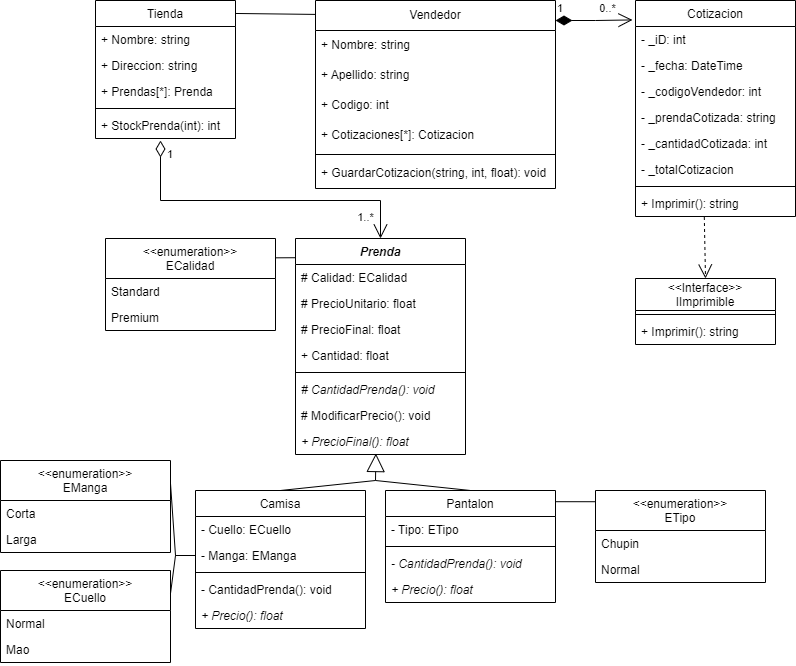
This is (UML) CotizadorExpress.png from DK-milo/CotizadorExpress, a draw.io export, as it was before one commit. Source tidied: cells renumbered, new cells last; positions are measured from the earlier drawing's top-left corner, leaving out a move shared by most shapes.
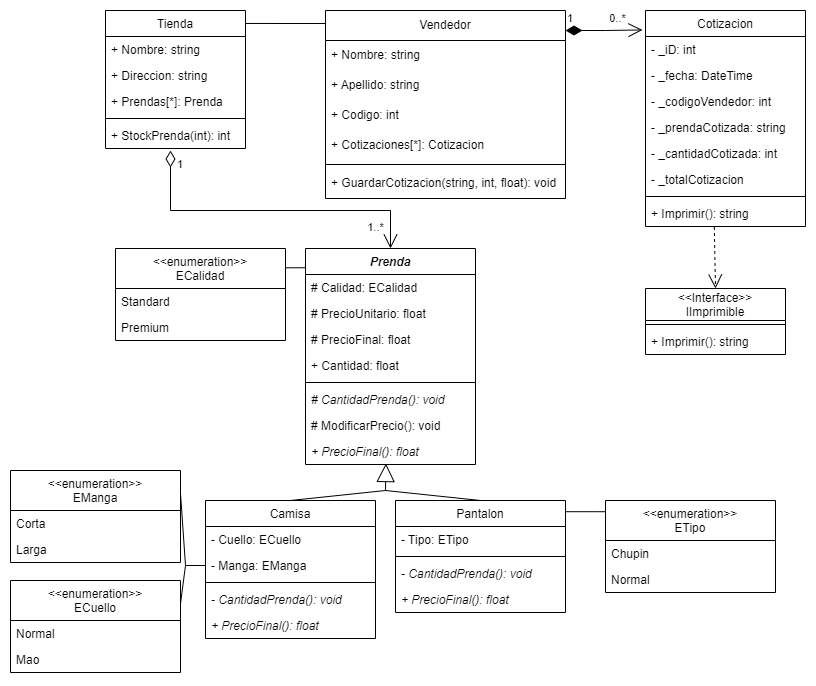
After the commit.

Commit message:
Fixed store/seller relationship in UML diagram

Change to the diagram source:
```diff
@@ -149,10 +149,10 @@
     <mxCell id="44" style="line;strokeWidth=1;fillColor=none;align=left;verticalAlign=middle;spacingTop=-1;spacingLeft=3;spacingRight=3;labelPosition=right;strokeColor=inherit;" parent="41" vertex="1">
       <mxGeometry y="78" width="170" height="8" as="geometry" />
     </mxCell>
-    <mxCell id="45" value="- CantidadPrenda(): void" style="text;strokeColor=none;fillColor=none;align=left;verticalAlign=top;spacingLeft=4;spacingRight=4;overflow=hidden;fontStyle=0;" parent="41" vertex="1">
+    <mxCell id="45" value="- CantidadPrenda(): void" style="text;strokeColor=none;fillColor=none;align=left;verticalAlign=top;spacingLeft=4;spacingRight=4;overflow=hidden;fontStyle=2;" parent="41" vertex="1">
       <mxGeometry y="86" width="170" height="26" as="geometry" />
     </mxCell>
-    <mxCell id="46" value="+ Precio(): float" style="text;strokeColor=none;fillColor=none;align=left;verticalAlign=top;spacingLeft=4;spacingRight=4;overflow=hidden;fontStyle=2;" parent="41" vertex="1">
+    <mxCell id="46" value="+ PrecioFinal(): float" style="text;strokeColor=none;fillColor=none;align=left;verticalAlign=top;spacingLeft=4;spacingRight=4;overflow=hidden;fontStyle=2;" parent="41" vertex="1">
       <mxGeometry y="112" width="170" height="26" as="geometry" />
     </mxCell>
     <mxCell id="47" value="Pantalon" style="swimlane;fontStyle=0;align=center;verticalAlign=top;horizontal=1;startSize=26;" parent="1" vertex="1">
@@ -167,7 +167,7 @@
     <mxCell id="50" value="- CantidadPrenda(): void" style="text;strokeColor=none;fillColor=none;align=left;verticalAlign=top;spacingLeft=4;spacingRight=4;overflow=hidden;fontStyle=2;" parent="47" vertex="1">
       <mxGeometry y="60" width="170" height="26" as="geometry" />
     </mxCell>
-    <mxCell id="51" value="+ Precio(): float" style="text;strokeColor=none;fillColor=none;align=left;verticalAlign=top;spacingLeft=4;spacingRight=4;overflow=hidden;fontStyle=2;" parent="47" vertex="1">
+    <mxCell id="51" value="+ PrecioFinal(): float" style="text;strokeColor=none;fillColor=none;align=left;verticalAlign=top;spacingLeft=4;spacingRight=4;overflow=hidden;fontStyle=2;" parent="47" vertex="1">
       <mxGeometry y="86" width="170" height="26" as="geometry" />
     </mxCell>
     <mxCell id="52" style="endArrow=none;html=1;rounded=0;entryX=0.5;entryY=0;entryDx=0;entryDy=0;" parent="1" edge="1" target="47">
@@ -242,8 +242,10 @@
     <mxCell id="71" style="endArrow=open;endSize=12;dashed=1;html=1;rounded=0;entryX=0.5;entryY=0;entryDx=0;entryDy=0;exitX=0.43;exitY=1.019;exitDx=0;exitDy=0;exitPerimeter=0;" parent="1" edge="1" source="27" target="68">
       <mxGeometry relative="1" as="geometry" />
     </mxCell>
-    <mxCell id="72" style="endArrow=none;html=1;rounded=0;exitX=1;exitY=0.094;exitDx=0;exitDy=0;exitPerimeter=0;entryX=0;entryY=0.074;entryDx=0;entryDy=0;entryPerimeter=0;" parent="1" edge="1" source="13" target="4">
-      <mxGeometry relative="1" as="geometry" />
+    <mxCell id="72" style="endArrow=none;html=1;rounded=0;exitX=1;exitY=0.094;exitDx=0;exitDy=0;exitPerimeter=0;" parent="1" edge="1" source="13">
+      <mxGeometry relative="1" as="geometry">
+        <mxPoint x="315" y="13" as="targetPoint" />
+      </mxGeometry>
     </mxCell>
   </root>
 </mxGraphModel>
```
